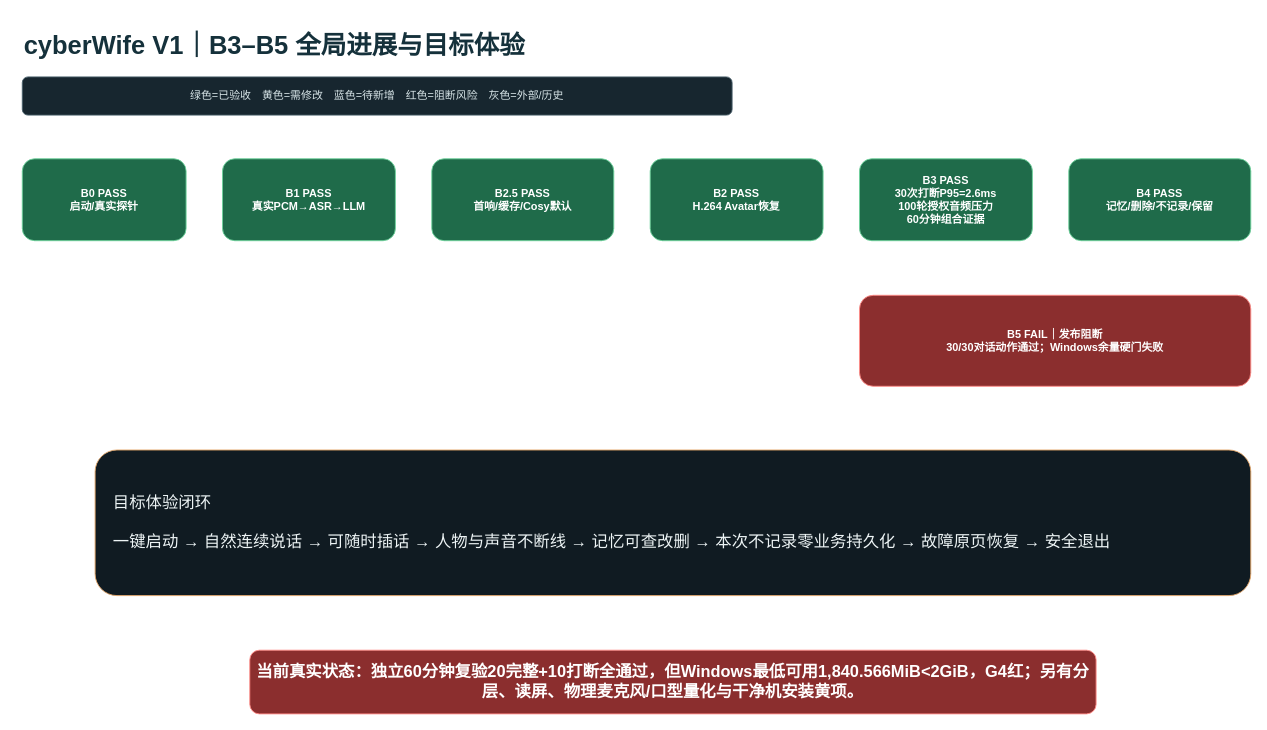
ljx418/cyberWife keeps this draw.io diagram as page "01-全局进展与目标体验" (1 of 8) of docs/cyberWife-b3-b5-delivery-gap.drawio. Above is the earlier version. Source tidied: cells renumbered, new cells numbered last; positions are measured from the earlier drawing's top-left corner, leaving out a move shared by most shapes. Both pictures are drawn from the tidied source at 91%, with x=0, y=0 at pixel (22, 22).
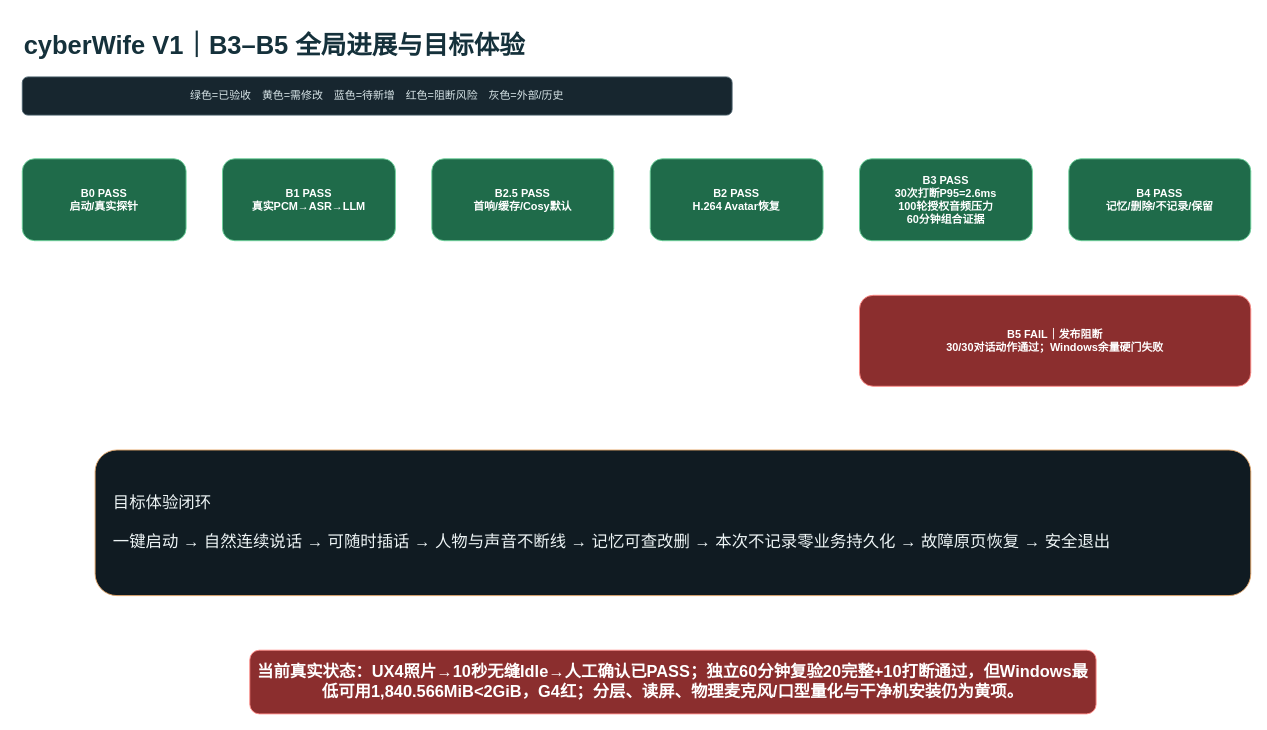
After the change.

Diff of the diagram source:
```diff
@@
 <mxGraphModel>
   <root>
     <mxCell id="0" />
     <mxCell id="1" parent="0" />
     <mxCell id="2" value="cyberWife V1｜B3–B5 全局进展与目标体验" style="text;html=1;fontSize=28;fontStyle=1;align=left;verticalAlign=middle;fontColor=#15313B;" parent="1" vertex="1">
       <mxGeometry width="1100" height="50" as="geometry" />
     </mxCell>
     <mxCell id="3" value="绿色=已验收　黄色=需修改　蓝色=待新增　红色=阻断风险　灰色=外部/历史" style="rounded=1;html=1;whiteSpace=wrap;fillColor=#17262F;strokeColor=#49606C;fontColor=#D8E5E8;" parent="1" vertex="1">
       <mxGeometry y="60" width="780" height="42" as="geometry" />
     </mxCell>
     <mxCell id="4" value="B0 PASS&#10;启动/真实探针" style="rounded=1;html=1;whiteSpace=wrap;fillColor=#1F6B4A;strokeColor=#6ED39C;fontColor=#FFFFFF;fontStyle=1;" parent="1" vertex="1">
       <mxGeometry y="150" width="180" height="90" as="geometry" />
     </mxCell>
     <mxCell id="5" value="B1 PASS&#10;真实PCM→ASR→LLM" style="rounded=1;html=1;whiteSpace=wrap;fillColor=#1F6B4A;strokeColor=#6ED39C;fontColor=#FFFFFF;fontStyle=1;" parent="1" vertex="1">
       <mxGeometry x="220" y="150" width="190" height="90" as="geometry" />
     </mxCell>
     <mxCell id="6" value="B2.5 PASS&#10;首响/缓存/Cosy默认" style="rounded=1;html=1;whiteSpace=wrap;fillColor=#1F6B4A;strokeColor=#6ED39C;fontColor=#FFFFFF;fontStyle=1;" parent="1" vertex="1">
       <mxGeometry x="450" y="150" width="200" height="90" as="geometry" />
     </mxCell>
     <mxCell id="7" value="B2 PASS&#10;H.264 Avatar恢复" style="rounded=1;html=1;whiteSpace=wrap;fillColor=#1F6B4A;strokeColor=#6ED39C;fontColor=#FFFFFF;fontStyle=1;" parent="1" vertex="1">
       <mxGeometry x="690" y="150" width="190" height="90" as="geometry" />
     </mxCell>
     <mxCell id="8" value="B3 PASS&#10;30次打断P95=2.6ms&#10;100轮授权音频压力&#10;60分钟组合证据" style="rounded=1;html=1;whiteSpace=wrap;fillColor=#1F6B4A;strokeColor=#6ED39C;fontColor=#FFFFFF;fontStyle=1;" parent="1" vertex="1">
       <mxGeometry x="920" y="150" width="190" height="90" as="geometry" />
     </mxCell>
     <mxCell id="9" value="B4 PASS&#10;记忆/删除/不记录/保留" style="rounded=1;html=1;whiteSpace=wrap;fillColor=#1F6B4A;strokeColor=#6ED39C;fontColor=#FFFFFF;fontStyle=1;" parent="1" vertex="1">
       <mxGeometry x="1150" y="150" width="200" height="90" as="geometry" />
     </mxCell>
     <mxCell id="10" value="B5 FAIL｜发布阻断&#10;30/30对话动作通过；Windows余量硬门失败" style="rounded=1;html=1;whiteSpace=wrap;fillColor=#8B2E2E;strokeColor=#FF8C87;fontColor=#FFFFFF;fontStyle=1;" parent="1" vertex="1">
       <mxGeometry x="920" y="300" width="430" height="100" as="geometry" />
     </mxCell>
     <mxCell id="11" value="目标体验闭环&#10;&#10;一键启动 → 自然连续说话 → 可随时插话 → 人物与声音不断线 → 记忆可查改删 → 本次不记录零业务持久化 → 故障原页恢复 → 安全退出" style="rounded=1;html=1;whiteSpace=wrap;fillColor=#101B22;strokeColor=#E4A668;fontColor=#EDF4F5;fontSize=18;align=left;spacing=20;" parent="1" vertex="1">
       <mxGeometry x="80" y="470" width="1270" height="160" as="geometry" />
     </mxCell>
-    <mxCell id="12" value="当前真实状态：独立60分钟复验20完整+10打断全通过，但Windows最低可用1,840.566MiB&lt;2GiB，G4红；另有分层、读屏、物理麦克风/口型量化与干净机安装黄项。" style="rounded=1;html=1;whiteSpace=wrap;fillColor=#8B2E2E;strokeColor=#FF8C87;fontColor=#FFFFFF;fontStyle=1;fontSize=18;" parent="1" vertex="1">
+    <mxCell id="12" value="当前真实状态：UX4照片→10秒无缝Idle→人工确认已PASS；独立60分钟复验20完整+10打断通过，但Windows最低可用1,840.566MiB&lt;2GiB，G4红；分层、读屏、物理麦克风/口型量化与干净机安装仍为黄项。" style="rounded=1;html=1;whiteSpace=wrap;fillColor=#8B2E2E;strokeColor=#FF8C87;fontColor=#FFFFFF;fontStyle=1;fontSize=18;" parent="1" vertex="1">
       <mxGeometry x="250" y="690" width="930" height="70" as="geometry" />
     </mxCell>
     <mxCell id="13" style="edgeStyle=orthogonalEdgeStyle;strokeColor=#8AA0A9;endArrow=block;" parent="1" edge="1" source="4" target="5" />
     <mxCell id="14" style="edgeStyle=orthogonalEdgeStyle;strokeColor=#8AA0A9;endArrow=block;" parent="1" edge="1" source="5" target="6" />
     <mxCell id="15" style="edgeStyle=orthogonalEdgeStyle;strokeColor=#8AA0A9;endArrow=block;" parent="1" edge="1" source="6" target="7" />
     <mxCell id="16" style="edgeStyle=orthogonalEdgeStyle;strokeColor=#8AA0A9;endArrow=block;" parent="1" edge="1" source="7" target="8" />
     <mxCell id="17" style="edgeStyle=orthogonalEdgeStyle;strokeColor=#8AA0A9;endArrow=block;" parent="1" edge="1" source="8" target="9" />
     <mxCell id="18" style="edgeStyle=orthogonalEdgeStyle;strokeColor=#8AA0A9;endArrow=block;" parent="1" edge="1" source="9" target="10" />
   </root>
 </mxGraphModel>
```
